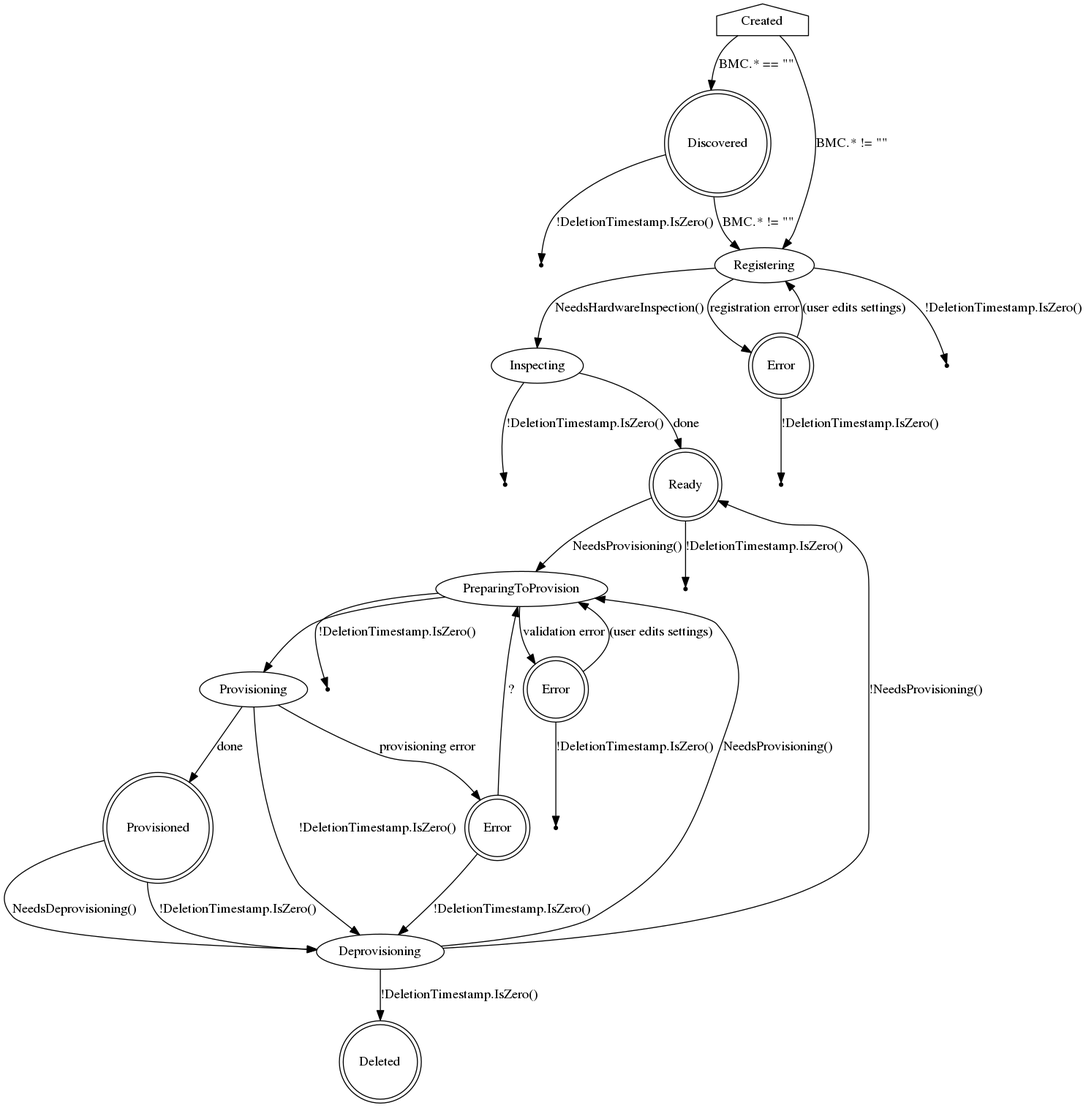
The Graphviz diagram docs/BaremetalHost_ProvisioningState.png in metal3-io/baremetal-operator, before a commit. Its source is kept beside it as docs/BaremetalHost_ProvisioningState.dot.
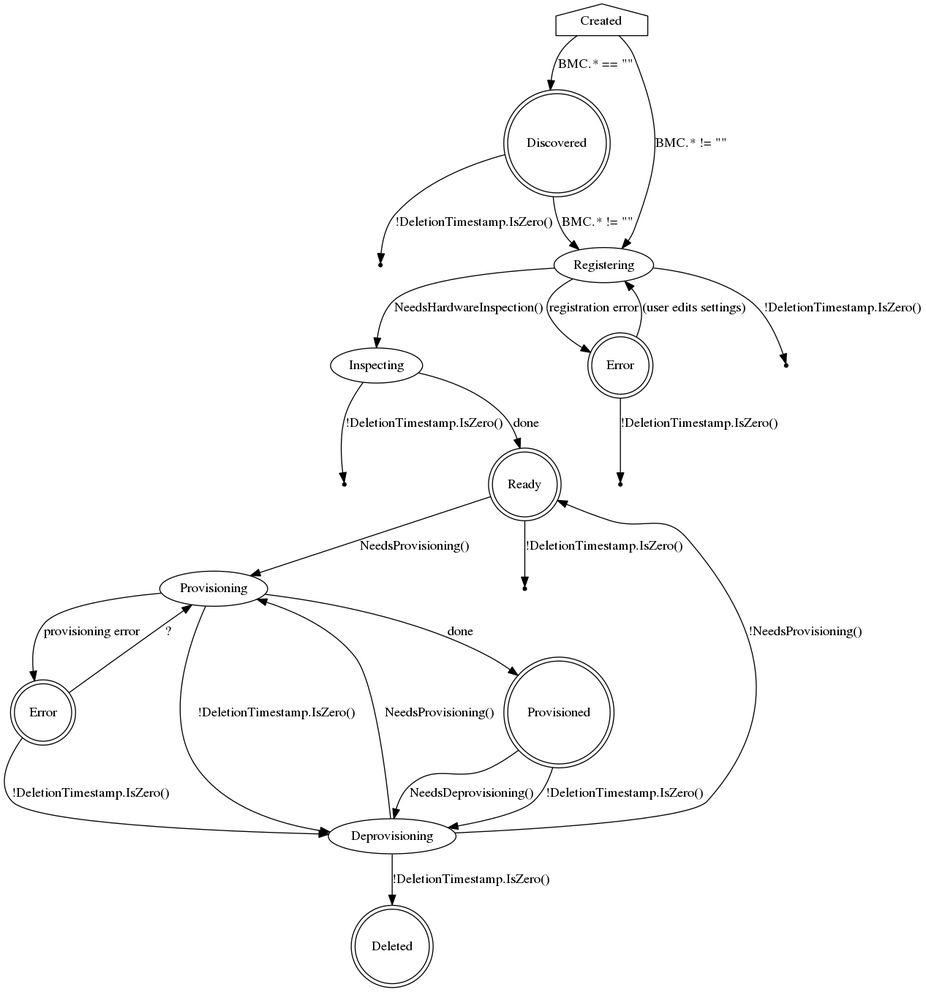
Later version of the same file.

Commit message:
remove preparing to provision state

Diff of the diagram source:
```diff
@@ -27,36 +27,24 @@
     Deleted4 [shape=point]
 
     Ready [shape=doublecircle]
-    Ready -> PreparingToProvision [label="NeedsProvisioning()"]
+    Ready -> Provisioning [label="NeedsProvisioning()"]
     Ready -> Deleted5 [label="!DeletionTimestamp.IsZero()"]
 
     Deleted5 [shape=point]
-
-    PreparingToProvision -> ValidationError [label="validation error"]
-    PreparingToProvision -> Provisioning
-    PreparingToProvision -> Deleted6 [label="!DeletionTimestamp.IsZero()"]
-
-    Deleted6 [shape=point]
-
-    ValidationError [shape=doublecircle label="Error"]
-    ValidationError -> PreparingToProvision [label="(user edits settings)"]
-    ValidationError -> Deleted7 [label="!DeletionTimestamp.IsZero()"]
-
-    Deleted7 [shape=point]
 
     Provisioning -> Provisioned [label=done]
     Provisioning -> ProvisioningError [label="provisioning error"]
     Provisioning -> Deprovisioning [label="!DeletionTimestamp.IsZero()"]
 
     ProvisioningError [shape=doublecircle label="Error"]
-    ProvisioningError -> PreparingToProvision [label="?"]
+    ProvisioningError -> Provisioning [label="?"]
     ProvisioningError -> Deprovisioning [label="!DeletionTimestamp.IsZero()"]
 
     Provisioned [shape=doublecircle]
     Provisioned -> Deprovisioning [label="NeedsDeprovisioning()"]
     Provisioned -> Deprovisioning [label="!DeletionTimestamp.IsZero()"]
 
-    Deprovisioning -> PreparingToProvision [label="NeedsProvisioning()"]
+    Deprovisioning -> Provisioning [label="NeedsProvisioning()"]
     Deprovisioning -> Ready [label="!NeedsProvisioning()"]
     Deprovisioning -> Deleted [label="!DeletionTimestamp.IsZero()"]
 
```
